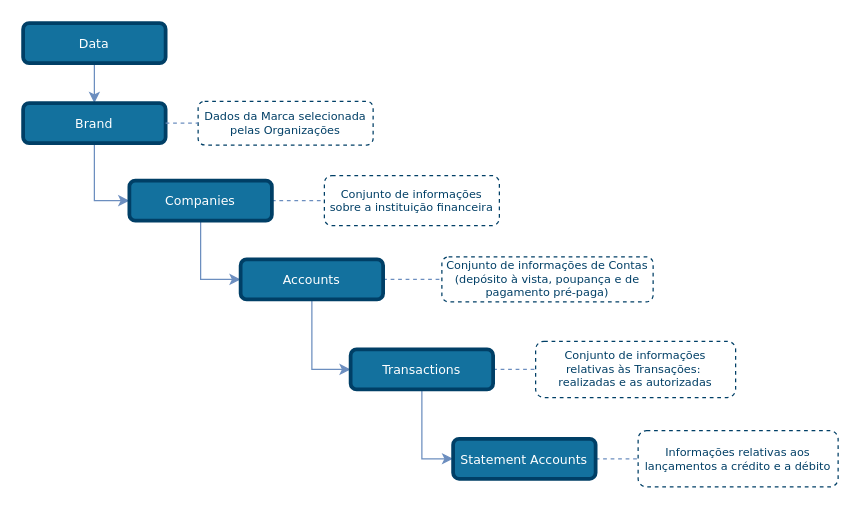
OpenBanking-Brasil/areadesenvolvedor keeps this draw.io diagram as draw_io_diagrams/accounts/TLD_Accounts_Transactions.drawio. Above is the earlier version. Source tidied: cells renumbered, new cells numbered last; positions are measured from the earlier drawing's top-left corner, leaving out a move shared by most shapes. Both pictures are drawn from the tidied source at 125%, with x=0, y=0 at pixel (22, 22).
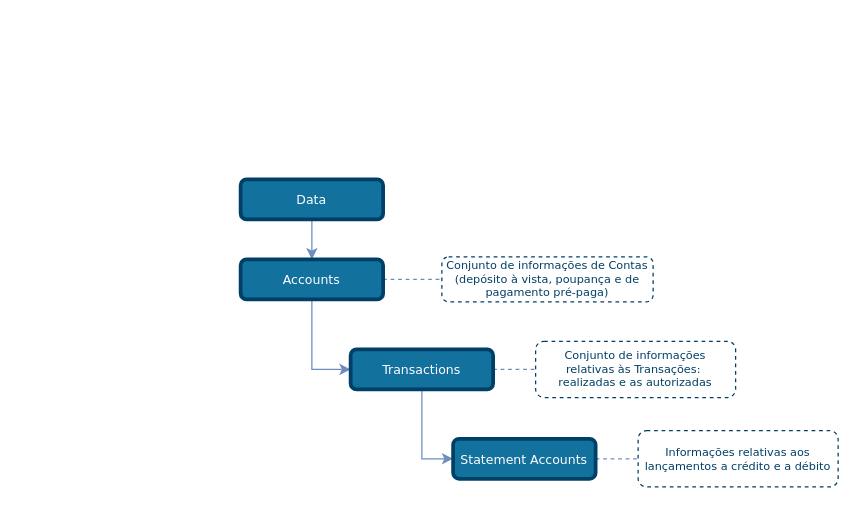
Above is the later version.

Commit message (it also covers changes not shown here):
Accounts - Update tld

Unchanged cells that the change refers to:
```xml
<mxCell id="20" value="Accounts" style="rounded=1;whiteSpace=wrap;html=1;comic=0;shadow=0;backgroundOutline=0;snapToPoint=0;fixDash=0;strokeWidth=3;fontFamily=Verdana;fontStyle=0;labelBackgroundColor=none;labelBorderColor=none;fontSize=10;fillColor=#13719E;strokeColor=#003F66;fontColor=#ffffff;" parent="1" vertex="1">
  <mxGeometry x="174" y="189" width="114" height="32" as="geometry" />
</mxCell>
```

Diff of the diagram source:
```diff
@@
-    <mxCell id="3" style="edgeStyle=orthogonalEdgeStyle;rounded=0;jettySize=auto;html=1;exitX=0.5;exitY=1;exitDx=0;exitDy=0;entryX=0.5;entryY=0;entryDx=0;entryDy=0;endSize=6;fillColor=#dae8fc;strokeColor=#6c8ebf;comic=0;shadow=0;backgroundOutline=0;snapToPoint=0;fixDash=0;endArrow=classic;endFill=1;" parent="1" edge="1" source="4" target="9">
-      <mxGeometry relative="1" as="geometry" />
+    <mxCell id="3" style="edgeStyle=orthogonalEdgeStyle;rounded=0;jettySize=auto;html=1;exitX=0.5;exitY=1;exitDx=0;exitDy=0;entryX=0.5;entryY=0;entryDx=0;entryDy=0;endSize=6;fillColor=#dae8fc;strokeColor=#6c8ebf;comic=0;shadow=0;backgroundOutline=0;snapToPoint=0;fixDash=0;endArrow=classic;endFill=1;" parent="1" edge="1" source="4">
+      <mxGeometry relative="1" as="geometry">
+        <mxPoint x="231" y="189" as="targetPoint" />
+      </mxGeometry>
     </mxCell>
     <mxCell id="4" value="Data" style="rounded=1;whiteSpace=wrap;html=1;comic=0;shadow=0;backgroundOutline=0;snapToPoint=0;fixDash=0;strokeWidth=3;fontFamily=Verdana;fontStyle=0;labelBackgroundColor=none;labelBorderColor=none;fontSize=10;fillColor=#13719E;strokeColor=#003F66;fontColor=#ffffff;" parent="1" vertex="1">
-      <mxGeometry width="114" height="32" as="geometry" />
+      <mxGeometry x="174" y="125" width="114" height="32" as="geometry" />
     </mxCell>
@@
-    <mxCell id="8" style="edgeStyle=orthogonalEdgeStyle;rounded=0;jettySize=auto;html=1;entryX=0;entryY=0.5;entryDx=0;entryDy=0;shadow=0;strokeColor=#6c8ebf;fillColor=#dae8fc;endFill=1;endSize=6;comic=0;exitX=0.5;exitY=1;exitDx=0;exitDy=0;" parent="1" edge="1" source="9" target="19">
-      <mxGeometry relative="1" as="geometry" />
-    </mxCell>
-    <mxCell id="9" value="Brand" style="rounded=1;whiteSpace=wrap;html=1;comic=0;shadow=0;backgroundOutline=0;snapToPoint=0;fixDash=0;strokeWidth=3;fontFamily=Verdana;fontStyle=0;labelBackgroundColor=none;labelBorderColor=none;fontSize=10;fillColor=#13719E;strokeColor=#003F66;fontColor=#ffffff;" parent="1" vertex="1">
-      <mxGeometry y="64" width="114" height="32" as="geometry" />
-    </mxCell>
-    <mxCell id="10" value="Dados da Marca selecionada pelas Organizações" style="rounded=1;whiteSpace=wrap;html=1;shadow=0;comic=0;strokeColor=#003F66;strokeWidth=1;fillColor=#ffffff;fontFamily=Verdana;fontSize=9;fontColor=#003F66;dashed=1;spacingLeft=5;spacing=0;spacingRight=5;spacingBottom=5;spacingTop=5;align=center;verticalAlign=middle;gradientColor=#ffffff;" parent="1" vertex="1">
-      <mxGeometry x="140" y="62.5" width="140" height="35" as="geometry" />
-    </mxCell>
-    <mxCell id="11" style="edgeStyle=none;rounded=1;jettySize=auto;html=1;exitX=1;exitY=0.5;exitDx=0;exitDy=0;entryX=0;entryY=0.5;entryDx=0;entryDy=0;dashed=1;endArrow=none;endFill=0;endSize=6;strokeColor=#6C8EBF;" parent="1" edge="1" source="9" target="10">
-      <mxGeometry relative="1" as="geometry" />
-    </mxCell>
@@
-    <mxCell id="13" style="edgeStyle=orthogonalEdgeStyle;rounded=0;jettySize=auto;html=1;entryX=0;entryY=0.5;entryDx=0;entryDy=0;shadow=0;strokeColor=#6c8ebf;fillColor=#dae8fc;endFill=1;endSize=6;comic=0;exitX=0.5;exitY=1;exitDx=0;exitDy=0;" parent="1" edge="1" source="19" target="20">
-      <mxGeometry relative="1" as="geometry" />
-    </mxCell>
-    <mxCell id="14" style="edgeStyle=none;rounded=1;jettySize=auto;html=1;exitX=1;exitY=0.5;exitDx=0;exitDy=0;entryX=0;entryY=0.5;entryDx=0;entryDy=0;dashed=1;endArrow=none;endFill=0;endSize=6;strokeColor=#6C8EBF;" parent="1" edge="1" source="19" target="15">
-      <mxGeometry relative="1" as="geometry" />
-    </mxCell>
-    <mxCell id="15" value="&lt;font style=&quot;font-size: 9px&quot;&gt;Conjunto de informações sobre a instituição financeira&lt;/font&gt;" style="rounded=1;whiteSpace=wrap;html=1;shadow=0;comic=0;strokeColor=#003F66;strokeWidth=1;fillColor=#ffffff;gradientColor=#ffffff;fontFamily=Verdana;fontSize=9;fontColor=#003F66;dashed=1;spacingLeft=5;spacing=0;spacingRight=5;spacingBottom=5;spacingTop=5;align=center;verticalAlign=middle;" parent="1" vertex="1">
-      <mxGeometry x="241" y="122" width="140" height="40" as="geometry" />
-    </mxCell>
@@
-    <mxCell id="19" value="Companies" style="rounded=1;whiteSpace=wrap;html=1;comic=0;shadow=0;backgroundOutline=0;snapToPoint=0;fixDash=0;strokeWidth=3;fontFamily=Verdana;fontStyle=0;labelBackgroundColor=none;labelBorderColor=none;fontSize=10;fillColor=#13719E;strokeColor=#003F66;fontColor=#ffffff;" parent="1" vertex="1">
-      <mxGeometry x="85" y="126" width="114" height="32" as="geometry" />
-    </mxCell>
```
